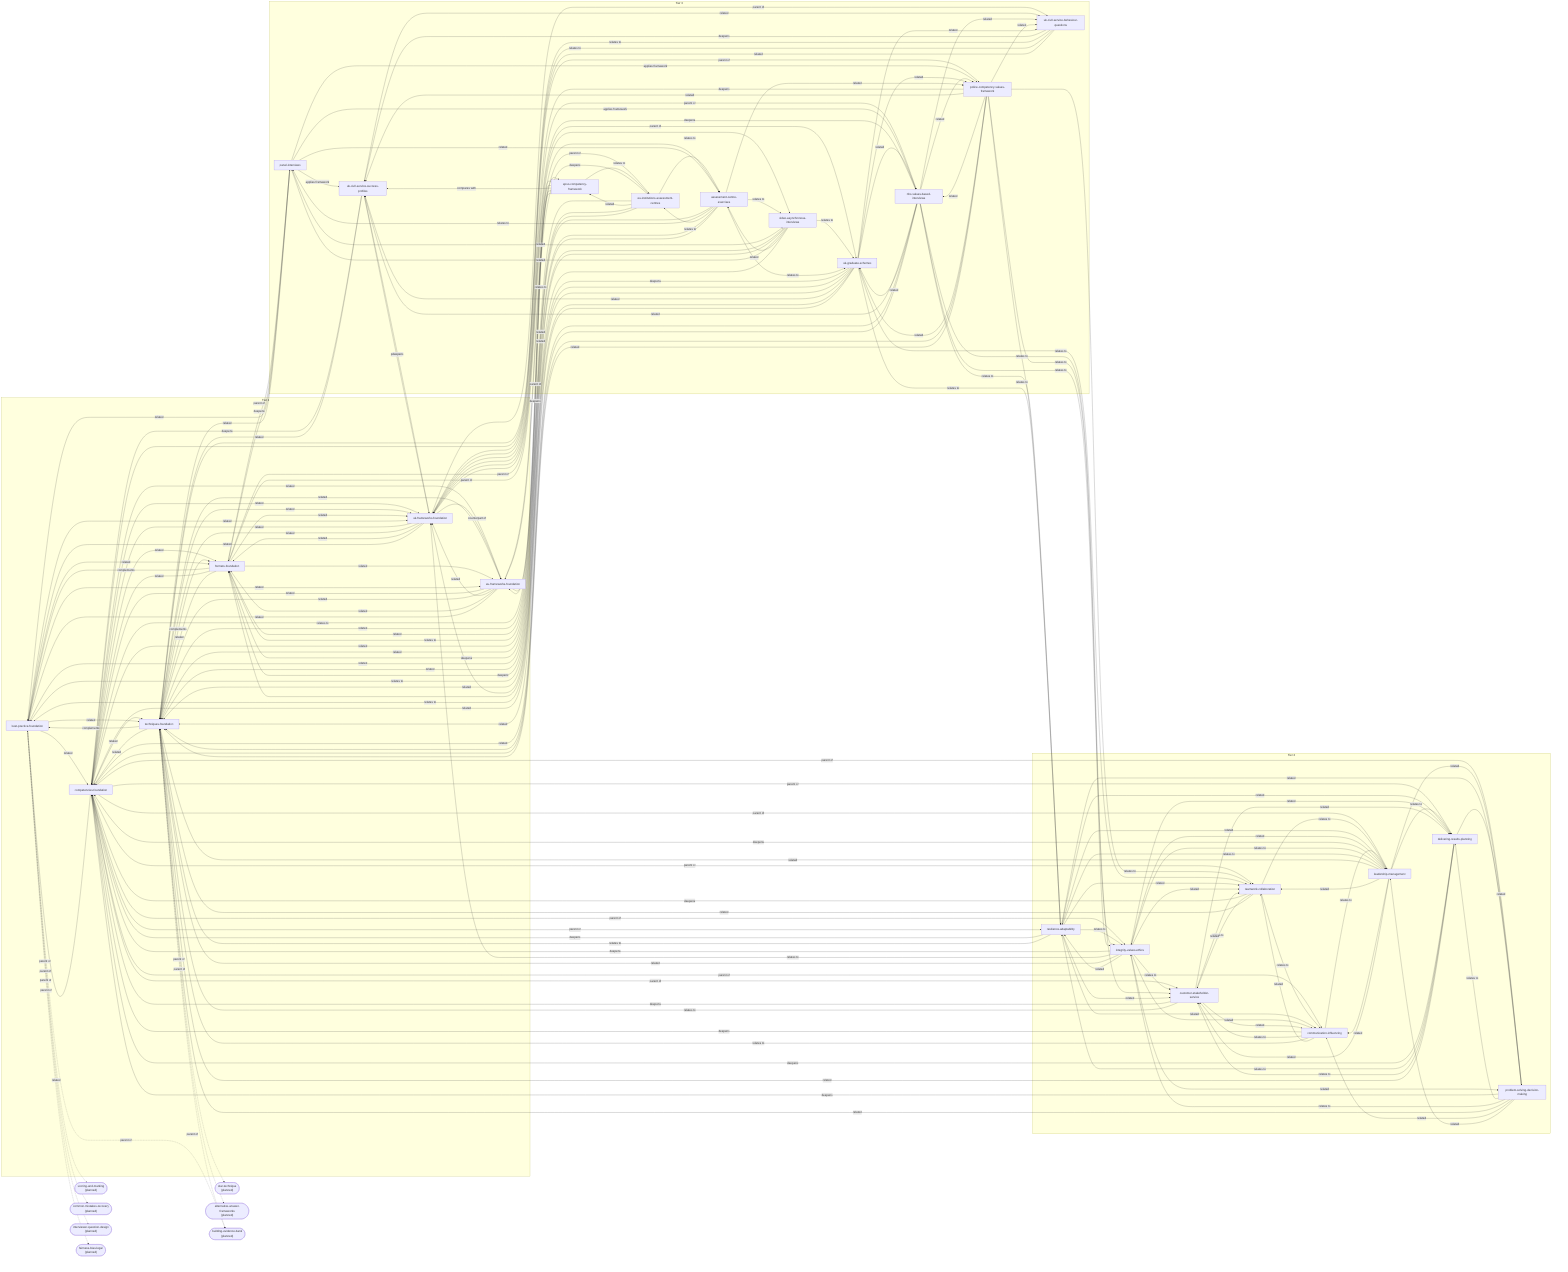
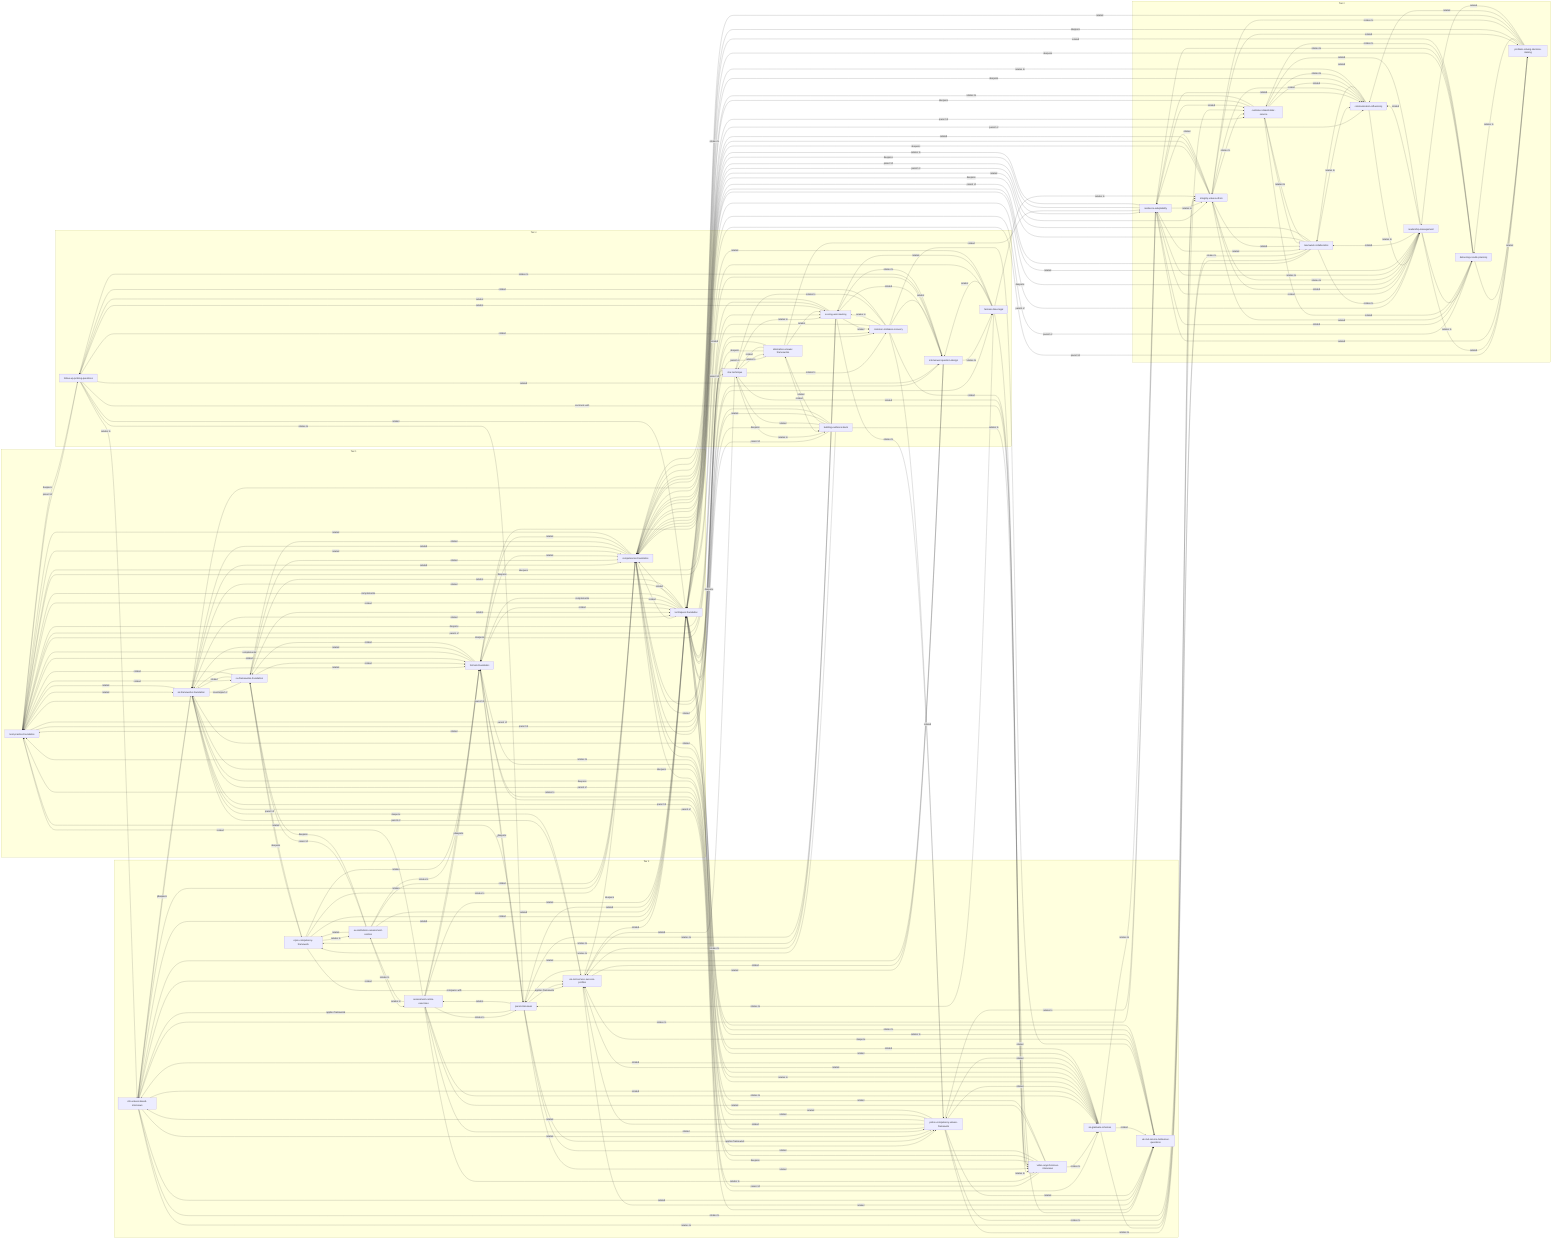
graph LR
  subgraph Tier1["Tier 1"]
    best_practice_foundation["best-practice-foundation"]
    competencies_foundation["competencies-foundation"]
    eu_frameworks_foundation["eu-frameworks-foundation"]
    formats_foundation["formats-foundation"]
    techniques_foundation["techniques-foundation"]
    uk_frameworks_foundation["uk-frameworks-foundation"]
  end
  subgraph Tier2["Tier 2"]
    communication_influencing["communication-influencing"]
    customer_stakeholder_service["customer-stakeholder-service"]
    delivering_results_planning["delivering-results-planning"]
    integrity_values_ethics["integrity-values-ethics"]
    leadership_management["leadership-management"]
    problem_solving_decision_making["problem-solving-decision-making"]
    resilience_adaptability["resilience-adaptability"]
    teamwork_collaboration["teamwork-collaboration"]
  end
  subgraph Tier3["Tier 3"]
    assessment_centre_exercises["assessment-centre-exercises"]
    epso_competency_framework["epso-competency-framework"]
    eu_institutions_assessment_centres["eu-institutions-assessment-centres"]
    nhs_values_based_interviews["nhs-values-based-interviews"]
    panel_interviews["panel-interviews"]
    police_competency_values_framework["police-competency-values-framework"]
    uk_civil_service_behaviour_questions["uk-civil-service-behaviour-questions"]
    uk_civil_service_success_profiles["uk-civil-service-success-profiles"]
    uk_graduate_schemes["uk-graduate-schemes"]
    video_asynchronous_interviews["video-asynchronous-interviews"]
+   end
+   subgraph Tier4["Tier 4"]
+     alternative_answer_frameworks["alternative-answer-frameworks"]
+     building_evidence_bank["building-evidence-bank"]
+     common_mistakes_recovery["common-mistakes-recovery"]
+     fairness_bias_legal["fairness-bias-legal"]
+     follow_up_probing_questions["follow-up-probing-questions"]
+     interviewer_question_design["interviewer-question-design"]
+     scoring_and_marking["scoring-and-marking"]
+     star_technique["star-technique"]
  end
  competencies_foundation -->|related| techniques_foundation
  competencies_foundation -->|related| uk_frameworks_foundation
  competencies_foundation -->|related| eu_frameworks_foundation
  competencies_foundation -->|related| formats_foundation
  competencies_foundation -->|related| best_practice_foundation
  uk_frameworks_foundation -->|counterpart of| eu_frameworks_foundation
  techniques_foundation -->|complements| formats_foundation
  techniques_foundation -->|complements| best_practice_foundation
  formats_foundation -->|complements| best_practice_foundation
  competencies_foundation -->|parent of| teamwork_collaboration
  competencies_foundation -->|parent of| communication_influencing
  competencies_foundation -->|parent of| leadership_management
  competencies_foundation -->|parent of| problem_solving_decision_making
  competencies_foundation -->|parent of| delivering_results_planning
  competencies_foundation -->|parent of| resilience_adaptability
  competencies_foundation -->|parent of| integrity_values_ethics
  competencies_foundation -->|parent of| customer_stakeholder_service
  teamwork_collaboration -->|deepens| competencies_foundation
  teamwork_collaboration -->|relates to| communication_influencing
  teamwork_collaboration -->|relates to| leadership_management
  teamwork_collaboration -->|relates to| customer_stakeholder_service
  communication_influencing -->|deepens| competencies_foundation
  communication_influencing -->|relates to| leadership_management
  communication_influencing -->|relates to| customer_stakeholder_service
  communication_influencing -->|relates to| techniques_foundation
  leadership_management -->|deepens| competencies_foundation
  leadership_management -->|relates to| delivering_results_planning
  leadership_management -->|relates to| integrity_values_ethics
  leadership_management -->|relates to| resilience_adaptability
  problem_solving_decision_making -->|deepens| competencies_foundation
  problem_solving_decision_making -->|relates to| delivering_results_planning
  problem_solving_decision_making -->|relates to| integrity_values_ethics
  delivering_results_planning -->|deepens| competencies_foundation
  delivering_results_planning -->|relates to| resilience_adaptability
  delivering_results_planning -->|relates to| customer_stakeholder_service
  resilience_adaptability -->|deepens| competencies_foundation
  resilience_adaptability -->|relates to| integrity_values_ethics
  resilience_adaptability -->|relates to| techniques_foundation
  integrity_values_ethics -->|deepens| competencies_foundation
  integrity_values_ethics -->|relates to| uk_frameworks_foundation
  integrity_values_ethics -->|relates to| customer_stakeholder_service
  customer_stakeholder_service -->|deepens| competencies_foundation
  customer_stakeholder_service -->|relates to| techniques_foundation
-   star_technique(["star-technique<br/>(planned)"])
-   techniques_foundation -.->|parent of| star_technique
-   alternative_answer_frameworks(["alternative-answer-frameworks<br/>(planned)"])
-   techniques_foundation -.->|parent of| alternative_answer_frameworks
-   building_evidence_bank(["building-evidence-bank<br/>(planned)"])
-   techniques_foundation -.->|parent of| building_evidence_bank
+   techniques_foundation -->|parent of| star_technique
+   techniques_foundation -->|parent of| alternative_answer_frameworks
+   techniques_foundation -->|parent of| building_evidence_bank
+   star_technique -->|deepens| techniques_foundation
+   star_technique -->|relates to| alternative_answer_frameworks
+   star_technique -->|relates to| building_evidence_bank
+   star_technique -->|relates to| scoring_and_marking
+   star_technique -->|relates to| common_mistakes_recovery
+   alternative_answer_frameworks -->|deepens| techniques_foundation
+   building_evidence_bank -->|deepens| techniques_foundation
+   building_evidence_bank -->|relates to| uk_civil_service_behaviour_questions
+   building_evidence_bank -->|relates to| epso_competency_framework
  uk_frameworks_foundation -->|parent of| uk_civil_service_success_profiles
  uk_frameworks_foundation -->|parent of| uk_civil_service_behaviour_questions
  uk_frameworks_foundation -->|parent of| nhs_values_based_interviews
  uk_frameworks_foundation -->|parent of| police_competency_values_framework
  uk_frameworks_foundation -->|parent of| uk_graduate_schemes
  uk_civil_service_success_profiles -->|deepens| uk_frameworks_foundation
  uk_civil_service_success_profiles -->|deepens| competencies_foundation
  uk_civil_service_behaviour_questions -->|deepens| uk_civil_service_success_profiles
  uk_civil_service_behaviour_questions -->|relates to| techniques_foundation
  uk_civil_service_behaviour_questions -->|relates to| competencies_foundation
  nhs_values_based_interviews -->|deepens| uk_frameworks_foundation
  nhs_values_based_interviews -->|relates to| integrity_values_ethics
  nhs_values_based_interviews -->|relates to| customer_stakeholder_service
  nhs_values_based_interviews -->|relates to| resilience_adaptability
  police_competency_values_framework -->|deepens| uk_frameworks_foundation
  police_competency_values_framework -->|relates to| integrity_values_ethics
  police_competency_values_framework -->|relates to| resilience_adaptability
  police_competency_values_framework -->|relates to| teamwork_collaboration
  uk_graduate_schemes -->|deepens| uk_frameworks_foundation
  uk_graduate_schemes -->|relates to| formats_foundation
  uk_graduate_schemes -->|relates to| best_practice_foundation
  uk_graduate_schemes -->|relates to| resilience_adaptability
  uk_graduate_schemes -->|relates to| teamwork_collaboration
  eu_frameworks_foundation -->|parent of| epso_competency_framework
  eu_frameworks_foundation -->|parent of| eu_institutions_assessment_centres
  epso_competency_framework -->|deepens| eu_frameworks_foundation
  epso_competency_framework -->|relates to| eu_institutions_assessment_centres
  epso_competency_framework -->|relates to| competencies_foundation
  epso_competency_framework -->|compares with| uk_civil_service_success_profiles
  eu_institutions_assessment_centres -->|deepens| eu_frameworks_foundation
  eu_institutions_assessment_centres -->|relates to| assessment_centre_exercises
  eu_institutions_assessment_centres -->|relates to| formats_foundation
  formats_foundation -->|parent of| panel_interviews
  formats_foundation -->|parent of| video_asynchronous_interviews
  formats_foundation -->|parent of| assessment_centre_exercises
  panel_interviews -->|deepens| formats_foundation
  panel_interviews -->|applies framework| uk_civil_service_success_profiles
  panel_interviews -->|applies framework| police_competency_values_framework
  panel_interviews -->|applies framework| nhs_values_based_interviews
  video_asynchronous_interviews -->|deepens| formats_foundation
  video_asynchronous_interviews -->|relates to| uk_graduate_schemes
  video_asynchronous_interviews -->|relates to| best_practice_foundation
  assessment_centre_exercises -->|deepens| formats_foundation
  assessment_centre_exercises -->|relates to| panel_interviews
  assessment_centre_exercises -->|relates to| video_asynchronous_interviews
  assessment_centre_exercises -->|relates to| eu_institutions_assessment_centres
  assessment_centre_exercises -->|relates to| uk_graduate_schemes
-   best_practice_foundation -.->|parent of| building_evidence_bank
-   scoring_and_marking(["scoring-and-marking<br/>(planned)"])
-   best_practice_foundation -.->|parent of| scoring_and_marking
-   common_mistakes_recovery(["common-mistakes-recovery<br/>(planned)"])
-   best_practice_foundation -.->|parent of| common_mistakes_recovery
-   interviewer_question_design(["interviewer-question-design<br/>(planned)"])
-   best_practice_foundation -.->|parent of| interviewer_question_design
-   fairness_bias_legal(["fairness-bias-legal<br/>(planned)"])
-   best_practice_foundation -.->|parent of| fairness_bias_legal
+   best_practice_foundation -->|parent of| follow_up_probing_questions
+   best_practice_foundation -->|parent of| scoring_and_marking
+   best_practice_foundation -->|parent of| common_mistakes_recovery
+   best_practice_foundation -->|parent of| interviewer_question_design
+   best_practice_foundation -->|parent of| fairness_bias_legal
+   scoring_and_marking -->|deepens| best_practice_foundation
+   scoring_and_marking -->|relates to| uk_civil_service_success_profiles
+   scoring_and_marking -->|relates to| police_competency_values_framework
+   scoring_and_marking -->|relates to| epso_competency_framework
+   scoring_and_marking -->|relates to| panel_interviews
+   follow_up_probing_questions -->|deepens| best_practice_foundation
+   follow_up_probing_questions -->|relates to| nhs_values_based_interviews
+   follow_up_probing_questions -->|relates to| panel_interviews
+   follow_up_probing_questions -->|contrasts with| video_asynchronous_interviews
+   common_mistakes_recovery -->|deepens| best_practice_foundation
+   common_mistakes_recovery -->|relates to| scoring_and_marking
+   common_mistakes_recovery -->|relates to| star_technique
+   interviewer_question_design -->|deepens| best_practice_foundation
+   interviewer_question_design -->|relates to| follow_up_probing_questions
+   interviewer_question_design -->|relates to| scoring_and_marking
+   interviewer_question_design -->|relates to| fairness_bias_legal
+   fairness_bias_legal -->|deepens| best_practice_foundation
+   fairness_bias_legal -->|relates to| integrity_values_ethics
+   fairness_bias_legal -->|relates to| video_asynchronous_interviews
+   fairness_bias_legal -->|relates to| panel_interviews
  techniques_foundation -->|related| competencies_foundation
  techniques_foundation -->|related| uk_frameworks_foundation
  techniques_foundation -->|related| eu_frameworks_foundation
  uk_frameworks_foundation -->|related| competencies_foundation
  uk_frameworks_foundation -->|related| techniques_foundation
  uk_frameworks_foundation -->|related| formats_foundation
  uk_frameworks_foundation -->|related| best_practice_foundation
  eu_frameworks_foundation -->|related| competencies_foundation
  eu_frameworks_foundation -->|related| techniques_foundation
  eu_frameworks_foundation -->|related| uk_frameworks_foundation
  eu_frameworks_foundation -->|related| formats_foundation
  eu_frameworks_foundation -->|related| best_practice_foundation
  formats_foundation -->|related| competencies_foundation
  formats_foundation -->|related| techniques_foundation
  formats_foundation -->|related| uk_frameworks_foundation
  formats_foundation -->|related| eu_frameworks_foundation
  best_practice_foundation -->|related| competencies_foundation
  best_practice_foundation -->|related| techniques_foundation
  best_practice_foundation -->|related| uk_frameworks_foundation
  best_practice_foundation -->|related| eu_frameworks_foundation
  best_practice_foundation -->|related| formats_foundation
  teamwork_collaboration -->|related| techniques_foundation
  communication_influencing -->|related| teamwork_collaboration
  leadership_management -->|related| techniques_foundation
  leadership_management -->|related| teamwork_collaboration
  leadership_management -->|related| communication_influencing
  leadership_management -->|related| problem_solving_decision_making
  leadership_management -->|related| customer_stakeholder_service
  problem_solving_decision_making -->|related| techniques_foundation
  problem_solving_decision_making -->|related| communication_influencing
  problem_solving_decision_making -->|related| leadership_management
  delivering_results_planning -->|related| techniques_foundation
  delivering_results_planning -->|related| problem_solving_decision_making
  resilience_adaptability -->|related| teamwork_collaboration
  resilience_adaptability -->|related| communication_influencing
  resilience_adaptability -->|related| leadership_management
  resilience_adaptability -->|related| problem_solving_decision_making
  resilience_adaptability -->|related| delivering_results_planning
  resilience_adaptability -->|related| customer_stakeholder_service
  integrity_values_ethics -->|related| techniques_foundation
  integrity_values_ethics -->|related| teamwork_collaboration
  integrity_values_ethics -->|related| communication_influencing
  integrity_values_ethics -->|related| leadership_management
  integrity_values_ethics -->|related| problem_solving_decision_making
  integrity_values_ethics -->|related| delivering_results_planning
  integrity_values_ethics -->|related| resilience_adaptability
  customer_stakeholder_service -->|related| teamwork_collaboration
  customer_stakeholder_service -->|related| communication_influencing
  customer_stakeholder_service -->|related| delivering_results_planning
  uk_civil_service_success_profiles -->|related| uk_civil_service_behaviour_questions
  uk_civil_service_success_profiles -->|related| techniques_foundation
  uk_civil_service_behaviour_questions -->|related| uk_frameworks_foundation
  nhs_values_based_interviews -->|related| uk_civil_service_success_profiles
  nhs_values_based_interviews -->|related| uk_civil_service_behaviour_questions
  nhs_values_based_interviews -->|related| police_competency_values_framework
  nhs_values_based_interviews -->|related| uk_graduate_schemes
  nhs_values_based_interviews -->|related| competencies_foundation
  nhs_values_based_interviews -->|related| techniques_foundation
  police_competency_values_framework -->|related| uk_civil_service_success_profiles
  police_competency_values_framework -->|related| uk_civil_service_behaviour_questions
  police_competency_values_framework -->|related| nhs_values_based_interviews
  police_competency_values_framework -->|related| uk_graduate_schemes
  police_competency_values_framework -->|related| competencies_foundation
  police_competency_values_framework -->|related| techniques_foundation
  uk_graduate_schemes -->|related| uk_civil_service_success_profiles
  uk_graduate_schemes -->|related| uk_civil_service_behaviour_questions
  uk_graduate_schemes -->|related| nhs_values_based_interviews
  uk_graduate_schemes -->|related| police_competency_values_framework
  uk_graduate_schemes -->|related| competencies_foundation
  uk_graduate_schemes -->|related| techniques_foundation
  epso_competency_framework -->|related| techniques_foundation
  epso_competency_framework -->|related| formats_foundation
  eu_institutions_assessment_centres -->|related| epso_competency_framework
  eu_institutions_assessment_centres -->|related| competencies_foundation
  eu_institutions_assessment_centres -->|related| techniques_foundation
  panel_interviews -->|related| video_asynchronous_interviews
  panel_interviews -->|related| assessment_centre_exercises
  panel_interviews -->|related| best_practice_foundation
  panel_interviews -->|related| techniques_foundation
  video_asynchronous_interviews -->|related| panel_interviews
  video_asynchronous_interviews -->|related| assessment_centre_exercises
  video_asynchronous_interviews -->|related| techniques_foundation
  assessment_centre_exercises -->|related| police_competency_values_framework
  assessment_centre_exercises -->|related| best_practice_foundation
  assessment_centre_exercises -->|related| techniques_foundation
+   star_technique -->|related| competencies_foundation
+   star_technique -->|related| uk_civil_service_success_profiles
+   star_technique -->|related| video_asynchronous_interviews
+   alternative_answer_frameworks -->|related| star_technique
+   alternative_answer_frameworks -->|related| building_evidence_bank
+   alternative_answer_frameworks -->|related| competencies_foundation
+   alternative_answer_frameworks -->|related| resilience_adaptability
+   alternative_answer_frameworks -->|related| scoring_and_marking
+   building_evidence_bank -->|related| star_technique
+   building_evidence_bank -->|related| alternative_answer_frameworks
+   building_evidence_bank -->|related| competencies_foundation
+   building_evidence_bank -->|related| best_practice_foundation
+   follow_up_probing_questions -->|related| scoring_and_marking
+   follow_up_probing_questions -->|related| common_mistakes_recovery
+   follow_up_probing_questions -->|related| interviewer_question_design
+   follow_up_probing_questions -->|related| techniques_foundation
+   scoring_and_marking -->|related| follow_up_probing_questions
+   scoring_and_marking -->|related| common_mistakes_recovery
+   scoring_and_marking -->|related| interviewer_question_design
+   common_mistakes_recovery -->|related| follow_up_probing_questions
+   common_mistakes_recovery -->|related| interviewer_question_design
+   common_mistakes_recovery -->|related| uk_civil_service_behaviour_questions
+   common_mistakes_recovery -->|related| police_competency_values_framework
+   common_mistakes_recovery -->|related| video_asynchronous_interviews
+   interviewer_question_design -->|related| panel_interviews
+   interviewer_question_design -->|related| uk_civil_service_success_profiles
+   interviewer_question_design -->|related| nhs_values_based_interviews
+   fairness_bias_legal -->|related| interviewer_question_design
+   fairness_bias_legal -->|related| scoring_and_marking
+   fairness_bias_legal -->|related| formats_foundation
